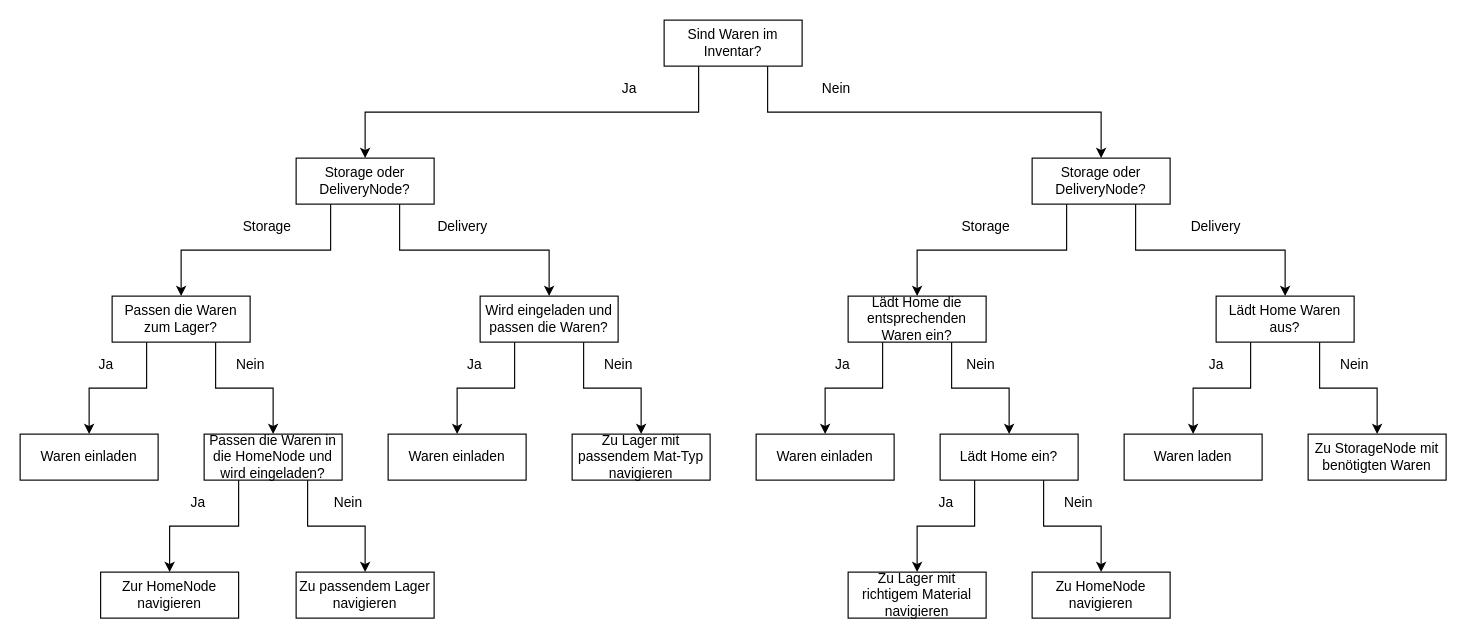
Earlier version of the draw.io diagram Documents/Robot Decision Tree.drawio (maxmoehl/WarehouseManagement). Source tidied: cells renumbered, new cells numbered last; positions are measured from the earlier drawing's top-left corner, leaving out a move shared by most shapes. Both pictures are drawn from the tidied source at 115%, with x=0, y=0 at pixel (20, 20).
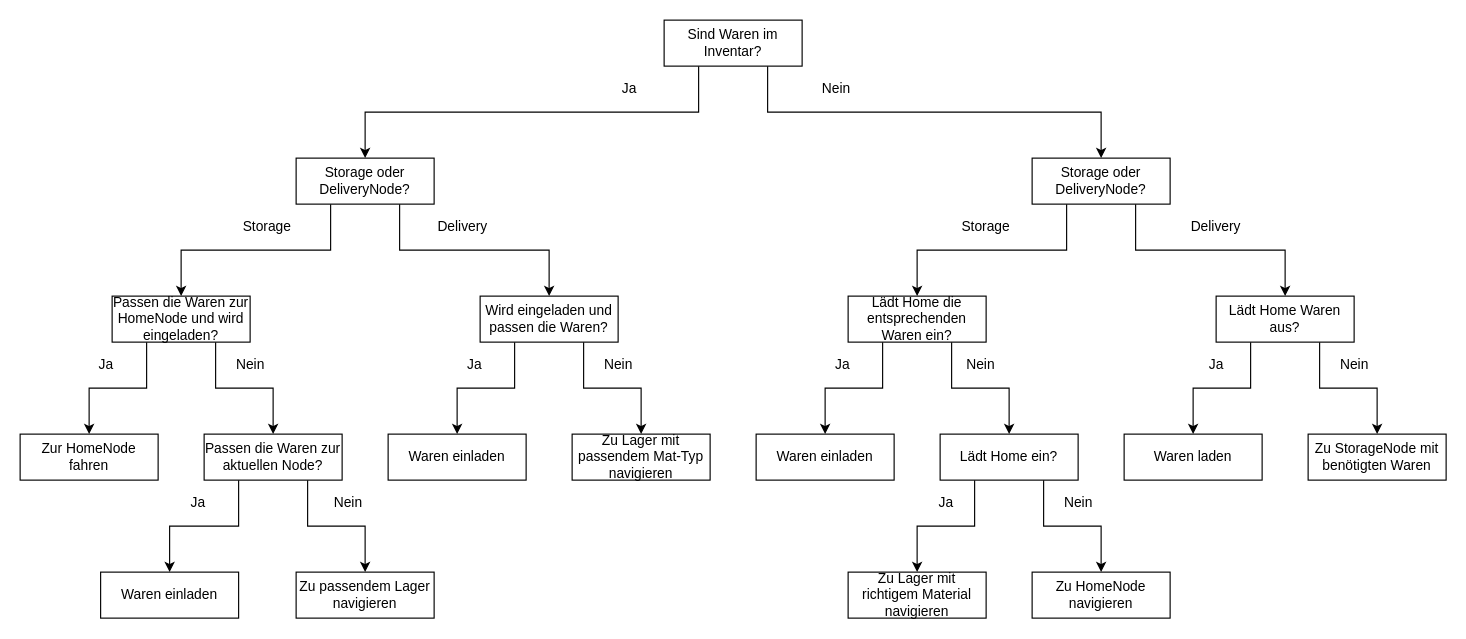
The same diagram, later.

Commit message (it also covers changes not shown here):
bugfixing und Logikfehler in Diagramm korrigiert. hauptsächlich: fehler in wrok() und load()/unload() beziehungsweise alle methoden in deliveryNode mit Shipments

What changed in the source:
```diff
@@
-    <mxCell id="13" value="Passen die Waren zum Lager?" style="rounded=0;whiteSpace=wrap;html=1;" parent="1" vertex="1">
+    <mxCell id="13" value="Passen die Waren zur HomeNode und wird eingeladen?" style="rounded=0;whiteSpace=wrap;html=1;" parent="1" vertex="1">
       <mxGeometry x="80" y="240" width="120" height="40" as="geometry" />
     </mxCell>
@@
-    <mxCell id="23" value="Zur HomeNode navigieren" style="rounded=0;whiteSpace=wrap;html=1;" parent="1" vertex="1">
+    <mxCell id="23" value="Waren einladen" style="rounded=0;whiteSpace=wrap;html=1;" parent="1" vertex="1">
       <mxGeometry x="70" y="480" width="120" height="40" as="geometry" />
     </mxCell>
@@
-    <mxCell id="26" value="Passen die Waren in die HomeNode und wird eingeladen?" style="rounded=0;whiteSpace=wrap;html=1;" parent="1" vertex="1">
+    <mxCell id="26" value="Passen die Waren zur aktuellen Node?" style="rounded=0;whiteSpace=wrap;html=1;" parent="1" vertex="1">
       <mxGeometry x="160" y="360" width="120" height="40" as="geometry" />
     </mxCell>
-    <mxCell id="27" value="Waren einladen" style="rounded=0;whiteSpace=wrap;html=1;" parent="1" vertex="1">
+    <mxCell id="27" value="Zur HomeNode fahren" style="rounded=0;whiteSpace=wrap;html=1;" parent="1" vertex="1">
       <mxGeometry y="360" width="120" height="40" as="geometry" />
     </mxCell>
```
